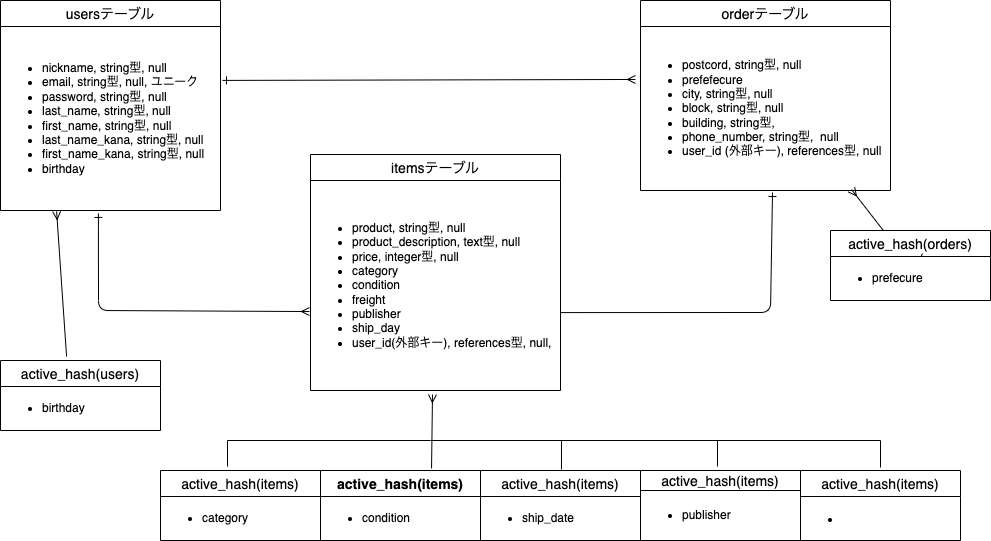
The draw.io diagram .drawio.png in naetarou/furima-38194, before a commit. Source tidied: cells renumbered, new cells last; positions are measured from the earlier drawing's top-left corner, leaving out a move shared by most shapes.
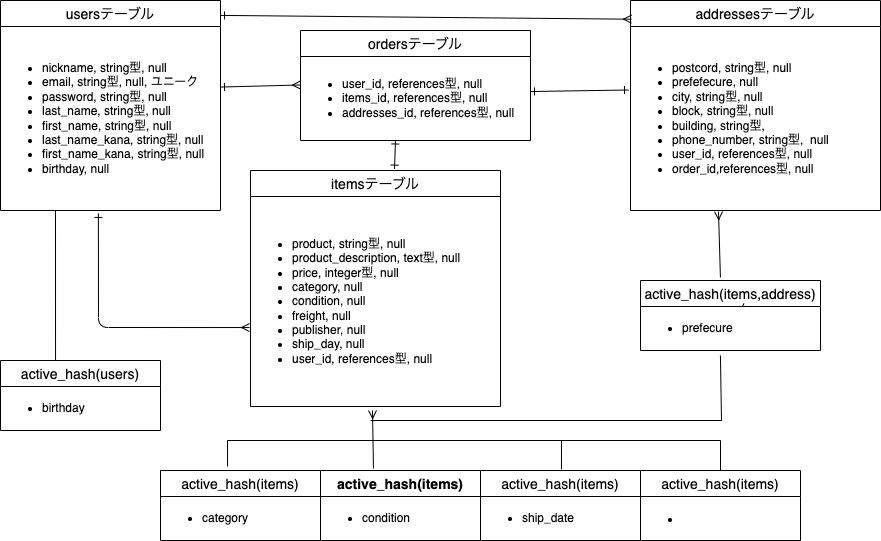
The same diagram one commit later.

What changed in the source:
```diff
@@ -5,20 +5,20 @@
     <mxCell id="2" value="usersテーブル" style="swimlane;fontStyle=0;horizontal=1;startSize=26;align=center;fontSize=14;" parent="1" vertex="1">
       <mxGeometry width="220" height="210" as="geometry" />
     </mxCell>
-    <mxCell id="3" value="&lt;ul&gt;&lt;li&gt;nickname, string型, null&lt;br&gt;&lt;/li&gt;&lt;li&gt;email, string型,&amp;nbsp;null, ユニーク&lt;/li&gt;&lt;li&gt;password, string型,&amp;nbsp;null&lt;/li&gt;&lt;li&gt;last_name, string型,&amp;nbsp;null&lt;/li&gt;&lt;li&gt;first_name, string型,&amp;nbsp;null&lt;/li&gt;&lt;li&gt;last_name_kana, string型,&amp;nbsp;null&lt;/li&gt;&lt;li&gt;first_name_kana, string型,&amp;nbsp;null&lt;/li&gt;&lt;li&gt;birthday&lt;/li&gt;&lt;/ul&gt;" style="text;strokeColor=none;fillColor=none;html=1;whiteSpace=wrap;verticalAlign=middle;overflow=hidden;" parent="2" vertex="1">
+    <mxCell id="3" value="&lt;ul&gt;&lt;li&gt;nickname, string型, null&lt;br&gt;&lt;/li&gt;&lt;li&gt;email, string型,&amp;nbsp;null, ユニーク&lt;/li&gt;&lt;li&gt;password, string型,&amp;nbsp;null&lt;/li&gt;&lt;li&gt;last_name, string型,&amp;nbsp;null&lt;/li&gt;&lt;li&gt;first_name, string型,&amp;nbsp;null&lt;/li&gt;&lt;li&gt;last_name_kana, string型,&amp;nbsp;null&lt;/li&gt;&lt;li&gt;first_name_kana, string型,&amp;nbsp;null&lt;/li&gt;&lt;li&gt;birthday, null&lt;/li&gt;&lt;/ul&gt;" style="text;strokeColor=none;fillColor=none;html=1;whiteSpace=wrap;verticalAlign=middle;overflow=hidden;" parent="2" vertex="1">
       <mxGeometry y="26" width="220" height="184" as="geometry" />
     </mxCell>
     <mxCell id="4" value="itemsテーブル" style="swimlane;fontStyle=0;horizontal=1;startSize=26;align=center;fontSize=14;" parent="1" vertex="1">
-      <mxGeometry x="310" y="154" width="250" height="236" as="geometry" />
+      <mxGeometry x="250" y="170" width="250" height="236" as="geometry" />
     </mxCell>
-    <mxCell id="5" value="&lt;ul&gt;&lt;li&gt;&lt;span&gt;product, string型,&amp;nbsp;null&lt;/span&gt;&lt;/li&gt;&lt;li&gt;product_description, text型,&amp;nbsp;null&lt;/li&gt;&lt;li&gt;price, integer型,&amp;nbsp;null&lt;br&gt;&lt;/li&gt;&lt;li&gt;category&lt;/li&gt;&lt;li&gt;condition&lt;/li&gt;&lt;li&gt;freight&lt;/li&gt;&lt;li&gt;publisher&lt;/li&gt;&lt;li&gt;ship_day&lt;/li&gt;&lt;li&gt;user_id(外部キー), references型,&lt;span&gt;&amp;nbsp;null,&lt;/span&gt;&lt;br&gt;&lt;/li&gt;&lt;/ul&gt;" style="text;strokeColor=none;fillColor=none;html=1;whiteSpace=wrap;verticalAlign=middle;overflow=hidden;" parent="4" vertex="1">
+    <mxCell id="5" value="&lt;ul&gt;&lt;li&gt;&lt;span&gt;product, string型,&amp;nbsp;null&lt;/span&gt;&lt;/li&gt;&lt;li&gt;product_description, text型,&amp;nbsp;null&lt;/li&gt;&lt;li&gt;price, integer型,&amp;nbsp;null&lt;br&gt;&lt;/li&gt;&lt;li&gt;category, null&lt;/li&gt;&lt;li&gt;condition, null&lt;/li&gt;&lt;li&gt;freight, null&lt;/li&gt;&lt;li&gt;publisher, null&lt;/li&gt;&lt;li&gt;ship_day, null&lt;/li&gt;&lt;li&gt;user_id, references型,&lt;span&gt;&amp;nbsp;null&lt;/span&gt;&lt;br&gt;&lt;/li&gt;&lt;/ul&gt;" style="text;strokeColor=none;fillColor=none;html=1;whiteSpace=wrap;verticalAlign=middle;overflow=hidden;" parent="4" vertex="1">
       <mxGeometry y="26" width="250" height="210" as="geometry" />
     </mxCell>
-    <mxCell id="6" value="orderテーブル" style="swimlane;fontStyle=0;horizontal=1;startSize=26;align=center;fontSize=14;" parent="1" vertex="1">
-      <mxGeometry x="640" width="250" height="190" as="geometry" />
+    <mxCell id="6" value="ordersテーブル" style="swimlane;fontStyle=0;horizontal=1;startSize=26;align=center;fontSize=14;" parent="1" vertex="1">
+      <mxGeometry x="300" y="30" width="230" height="110" as="geometry" />
     </mxCell>
-    <mxCell id="7" value="&lt;ul&gt;&lt;li&gt;postcord, string型,&amp;nbsp;null&lt;/li&gt;&lt;li&gt;prefefecure&lt;/li&gt;&lt;li&gt;city, string型,&amp;nbsp;null&lt;/li&gt;&lt;li&gt;block, string型,&amp;nbsp;null&lt;/li&gt;&lt;li&gt;building, string型,&lt;/li&gt;&lt;li&gt;phone_number, string型,&amp;nbsp;&amp;nbsp;null&lt;/li&gt;&lt;li&gt;user_id (外部キー),&amp;nbsp;references型,&amp;nbsp;null&lt;/li&gt;&lt;/ul&gt;" style="text;strokeColor=none;fillColor=none;html=1;whiteSpace=wrap;verticalAlign=middle;overflow=hidden;" parent="6" vertex="1">
-      <mxGeometry y="26" width="250" height="164" as="geometry" />
+    <mxCell id="7" value="&lt;ul&gt;&lt;li&gt;user_id,&amp;nbsp;references型, null&lt;/li&gt;&lt;li&gt;items_id, references型, null&lt;/li&gt;&lt;li&gt;addresses_id, references型, null&lt;/li&gt;&lt;/ul&gt;" style="text;strokeColor=none;fillColor=none;html=1;whiteSpace=wrap;verticalAlign=middle;overflow=hidden;" parent="6" vertex="1">
+      <mxGeometry y="26" width="230" height="84" as="geometry" />
     </mxCell>
     <mxCell id="8" value="active_hash(users)" style="swimlane;fontStyle=0;horizontal=1;startSize=26;align=center;fontSize=14;" parent="1" vertex="1">
       <mxGeometry y="360" width="160" height="70" as="geometry" />
@@ -26,17 +26,17 @@
     <mxCell id="9" value="&lt;ul&gt;&lt;li&gt;birthday&lt;/li&gt;&lt;/ul&gt;" style="text;strokeColor=none;fillColor=none;html=1;whiteSpace=wrap;verticalAlign=middle;overflow=hidden;" parent="8" vertex="1">
       <mxGeometry y="26" width="160" height="44" as="geometry" />
     </mxCell>
-    <mxCell id="10" style="edgeStyle=none;html=1;entryX=0.844;entryY=0.994;entryDx=0;entryDy=0;entryPerimeter=0;fontColor=#FFFFFF;startArrow=none;startFill=0;endArrow=ERmany;endFill=0;" parent="1" edge="1" source="11" target="7">
-      <mxGeometry relative="1" as="geometry" />
-    </mxCell>
+    <mxCell id="34" style="edgeStyle=none;html=1;entryX=0.352;entryY=1.006;entryDx=0;entryDy=0;startArrow=none;startFill=0;endArrow=ERmany;endFill=0;exitX=0.444;exitY=-0.043;exitDx=0;exitDy=0;entryPerimeter=0;exitPerimeter=0;" parent="1" edge="1" source="11" target="36">
+      <mxGeometry relative="1" as="geometry" />
+    </mxCell>
-    <mxCell id="11" value="active_hash(orders)" style="swimlane;fontStyle=0;horizontal=1;startSize=26;align=center;fontSize=14;" parent="1" vertex="1">
-      <mxGeometry x="830" y="230" width="160" height="70" as="geometry" />
+    <mxCell id="11" value="active_hash(items,address)" style="swimlane;fontStyle=0;horizontal=1;startSize=26;align=center;fontSize=14;" parent="1" vertex="1">
+      <mxGeometry x="640" y="280" width="180" height="70" as="geometry" />
     </mxCell>
     <mxCell id="12" style="edgeStyle=none;html=1;entryX=0.575;entryY=0.329;entryDx=0;entryDy=0;entryPerimeter=0;fontColor=#FFFFFF;startArrow=none;startFill=0;endArrow=none;endFill=0;" parent="11" edge="1" source="13" target="11">
       <mxGeometry relative="1" as="geometry" />
     </mxCell>
     <mxCell id="13" value="&lt;ul&gt;&lt;li&gt;prefecure&lt;/li&gt;&lt;/ul&gt;" style="text;strokeColor=none;fillColor=none;html=1;whiteSpace=wrap;verticalAlign=middle;overflow=hidden;" parent="11" vertex="1">
-      <mxGeometry y="26" width="160" height="44" as="geometry" />
+      <mxGeometry y="26" width="180" height="44" as="geometry" />
     </mxCell>
     <mxCell id="14" style="html=1;fontColor=#FFFFFF;startArrow=none;startFill=0;endArrow=none;endFill=0;exitX=0.506;exitY=-0.014;exitDx=0;exitDy=0;exitPerimeter=0;" parent="1" edge="1" source="15">
       <mxGeometry relative="1" as="geometry">
@@ -49,14 +49,8 @@
     <mxCell id="16" value="&lt;ul&gt;&lt;li&gt;ship_date&lt;/li&gt;&lt;/ul&gt;" style="text;strokeColor=none;fillColor=none;html=1;whiteSpace=wrap;verticalAlign=middle;overflow=hidden;" parent="15" vertex="1">
       <mxGeometry y="26" width="160" height="44" as="geometry" />
     </mxCell>
-    <mxCell id="17" value="active_hash(items)" style="swimlane;fontStyle=0;horizontal=1;startSize=20;align=center;fontSize=14;" parent="1" vertex="1">
-      <mxGeometry x="640" y="470" width="160" height="70" as="geometry" />
-    </mxCell>
-    <mxCell id="18" value="&lt;ul&gt;&lt;li&gt;publisher&lt;br&gt;&lt;/li&gt;&lt;/ul&gt;" style="text;strokeColor=none;fillColor=none;html=1;whiteSpace=wrap;verticalAlign=middle;overflow=hidden;" parent="17" vertex="1">
-      <mxGeometry y="20" width="160" height="50" as="geometry" />
-    </mxCell>
     <mxCell id="19" value="active_hash(items)" style="swimlane;fontStyle=0;horizontal=1;startSize=26;align=center;fontSize=14;" parent="1" vertex="1">
-      <mxGeometry x="800" y="470" width="160" height="70" as="geometry" />
+      <mxGeometry x="640" y="470" width="160" height="70" as="geometry" />
     </mxCell>
     <mxCell id="20" value="&lt;ul&gt;&lt;li&gt;&lt;p class=&quot;p1&quot; style=&quot;margin: 0px ; font-stretch: normal ; font-size: 13px ; line-height: normal ; font-family: &amp;#34;helvetica neue&amp;#34;&quot;&gt;&lt;font color=&quot;#ffffff&quot;&gt;freight&lt;/font&gt;&lt;/p&gt;&lt;/li&gt;&lt;/ul&gt;" style="text;strokeColor=none;fillColor=none;html=1;whiteSpace=wrap;verticalAlign=middle;overflow=hidden;" parent="19" vertex="1">
       <mxGeometry y="26" width="160" height="44" as="geometry" />
@@ -73,52 +67,58 @@
     <mxCell id="24" value="&lt;ul&gt;&lt;li&gt;category&lt;/li&gt;&lt;/ul&gt;" style="text;strokeColor=none;fillColor=none;html=1;whiteSpace=wrap;verticalAlign=middle;overflow=hidden;" parent="23" vertex="1">
       <mxGeometry y="26" width="160" height="44" as="geometry" />
     </mxCell>
-    <mxCell id="25" style="fontSize=12;html=1;endArrow=ERone;endFill=1;fontColor=#FFFFFF;exitX=-0.02;exitY=0.323;exitDx=0;exitDy=0;exitPerimeter=0;startArrow=ERmany;startFill=0;entryX=1.009;entryY=0.293;entryDx=0;entryDy=0;entryPerimeter=0;" parent="1" edge="1" source="7" target="3">
+    <mxCell id="25" style="fontSize=12;html=1;endArrow=ERone;endFill=1;fontColor=#FFFFFF;exitX=0;exitY=0.339;exitDx=0;exitDy=0;exitPerimeter=0;startArrow=ERmany;startFill=0;entryX=1;entryY=0.329;entryDx=0;entryDy=0;entryPerimeter=0;" parent="1" edge="1" source="7" target="3">
       <mxGeometry relative="1" as="geometry" />
     </mxCell>
     <mxCell id="26" style="fontSize=12;html=1;endArrow=ERone;endFill=1;fontColor=#FFFFFF;startArrow=ERmany;startFill=0;entryX=0.445;entryY=1.016;entryDx=0;entryDy=0;entryPerimeter=0;exitX=-0.004;exitY=0.624;exitDx=0;exitDy=0;exitPerimeter=0;" parent="1" edge="1" source="5" target="3">
       <mxGeometry relative="1" as="geometry">
         <Array as="points">
-          <mxPoint x="98" y="310" />
+          <mxPoint x="98" y="327" />
         </Array>
       </mxGeometry>
     </mxCell>
-    <mxCell id="27" style="fontSize=12;html=1;endArrow=ERone;endFill=1;fontColor=#FFFFFF;exitX=1;exitY=0.629;exitDx=0;exitDy=0;exitPerimeter=0;startArrow=baseDash;startFill=0;entryX=0.528;entryY=1.012;entryDx=0;entryDy=0;entryPerimeter=0;" parent="1" edge="1" source="5" target="7">
-      <mxGeometry relative="1" as="geometry">
-        <Array as="points">
-          <mxPoint x="770" y="312" />
-        </Array>
-      </mxGeometry>
-    </mxCell>
-    <mxCell id="28" style="fontSize=12;html=1;endArrow=ERmany;startArrow=none;fontColor=#FFFFFF;entryX=0.488;entryY=1.019;entryDx=0;entryDy=0;entryPerimeter=0;startFill=0;exitX=0.694;exitY=-0.029;exitDx=0;exitDy=0;exitPerimeter=0;" parent="1" edge="1" source="21" target="5">
+    <mxCell id="28" style="fontSize=12;html=1;endArrow=ERmany;startArrow=none;fontColor=#FFFFFF;entryX=0.488;entryY=1.019;entryDx=0;entryDy=0;entryPerimeter=0;startFill=0;exitX=0.331;exitY=-0.029;exitDx=0;exitDy=0;exitPerimeter=0;" parent="1" edge="1" source="21" target="5">
       <mxGeometry relative="1" as="geometry" />
     </mxCell>
-    <mxCell id="29" style="endArrow=ERmany;html=1;rounded=0;fontColor=#FFFFFF;exitX=0.413;exitY=-0.057;exitDx=0;exitDy=0;exitPerimeter=0;entryX=0.255;entryY=1.005;entryDx=0;entryDy=0;entryPerimeter=0;endFill=0;" parent="1" edge="1" source="8" target="3">
+    <mxCell id="29" style="endArrow=none;html=1;rounded=0;fontColor=#FFFFFF;entryX=0.25;entryY=1;entryDx=0;entryDy=0;endFill=0;exitX=0.344;exitY=0;exitDx=0;exitDy=0;exitPerimeter=0;" parent="1" edge="1" source="8" target="3">
       <mxGeometry relative="1" as="geometry" />
     </mxCell>
     <mxCell id="30" style="endArrow=none;html=1;rounded=0;fontColor=#FFFFFF;exitX=0.419;exitY=-0.057;exitDx=0;exitDy=0;exitPerimeter=0;" parent="1" edge="1" source="23">
       <mxGeometry relative="1" as="geometry">
-        <mxPoint x="430" y="440" as="targetPoint" />
+        <mxPoint x="720" y="440" as="targetPoint" />
         <Array as="points">
           <mxPoint x="227" y="440" />
         </Array>
       </mxGeometry>
     </mxCell>
-    <mxCell id="31" style="endArrow=none;html=1;rounded=0;fontColor=#FFFFFF;" parent="1" edge="1">
+    <mxCell id="31" style="endArrow=none;html=1;rounded=0;fontColor=#FFFFFF;exitX=0.444;exitY=1.114;exitDx=0;exitDy=0;exitPerimeter=0;" parent="1" edge="1" source="13">
       <mxGeometry relative="1" as="geometry">
-        <mxPoint x="880" y="440" as="sourcePoint" />
-        <mxPoint x="430" y="440" as="targetPoint" />
+        <mxPoint x="370" y="420" as="targetPoint" />
+        <Array as="points">
+          <mxPoint x="721" y="420" />
+        </Array>
       </mxGeometry>
     </mxCell>
-    <mxCell id="32" style="endArrow=none;html=1;rounded=0;fontColor=#FFFFFF;entryX=0.481;entryY=-0.057;entryDx=0;entryDy=0;entryPerimeter=0;" parent="1" edge="1" target="17">
-      <mxGeometry relative="1" as="geometry">
-        <mxPoint x="717" y="440" as="sourcePoint" />
-      </mxGeometry>
-    </mxCell>
-    <mxCell id="33" style="endArrow=none;html=1;rounded=0;fontColor=#FFFFFF;entryX=0.5;entryY=-0.043;entryDx=0;entryDy=0;entryPerimeter=0;" parent="1" edge="1" target="19">
-      <mxGeometry relative="1" as="geometry">
-        <mxPoint x="880" y="440" as="sourcePoint" />
-      </mxGeometry>
-    </mxCell>
+    <mxCell id="35" value="addressesテーブル" style="swimlane;fontStyle=0;horizontal=1;startSize=26;align=center;fontSize=14;" parent="1" vertex="1">
+      <mxGeometry x="630" width="250" height="210" as="geometry" />
+    </mxCell>
+    <mxCell id="36" value="&lt;ul&gt;&lt;li&gt;postcord, string型,&amp;nbsp;null&lt;/li&gt;&lt;li&gt;prefefecure, null&lt;/li&gt;&lt;li&gt;city, string型,&amp;nbsp;null&lt;/li&gt;&lt;li&gt;block, string型,&amp;nbsp;null&lt;/li&gt;&lt;li&gt;building, string型,&lt;/li&gt;&lt;li&gt;phone_number, string型,&amp;nbsp;&amp;nbsp;null&lt;/li&gt;&lt;li&gt;user_id,&amp;nbsp;references型,&amp;nbsp;null&lt;/li&gt;&lt;li&gt;order_id,references型, null&lt;/li&gt;&lt;/ul&gt;" style="text;strokeColor=none;fillColor=none;html=1;whiteSpace=wrap;verticalAlign=middle;overflow=hidden;" parent="35" vertex="1">
+      <mxGeometry y="26" width="250" height="184" as="geometry" />
+    </mxCell>
+    <mxCell id="37" style="endArrow=ERone;html=1;rounded=0;startArrow=ERone;startFill=0;endFill=0;entryX=-0.008;entryY=0.345;entryDx=0;entryDy=0;entryPerimeter=0;exitX=1;exitY=0.417;exitDx=0;exitDy=0;exitPerimeter=0;" parent="1" edge="1" source="7" target="36">
+      <mxGeometry relative="1" as="geometry" />
+    </mxCell>
+    <mxCell id="38" style="endArrow=ERmany;html=1;rounded=0;exitX=1;exitY=0.071;exitDx=0;exitDy=0;exitPerimeter=0;entryX=0.004;entryY=0.089;entryDx=0;entryDy=0;entryPerimeter=0;endFill=0;startArrow=ERone;startFill=0;" parent="1" edge="1" source="2" target="35">
+      <mxGeometry relative="1" as="geometry" />
+    </mxCell>
+    <mxCell id="39" style="edgeStyle=none;html=1;startArrow=none;startFill=0;endArrow=none;endFill=0;" parent="1" edge="1">
+      <mxGeometry relative="1" as="geometry">
+        <mxPoint x="720" y="470" as="sourcePoint" />
+        <mxPoint x="720" y="440" as="targetPoint" />
+      </mxGeometry>
+    </mxCell>
+    <mxCell id="40" style="edgeStyle=none;html=1;startArrow=ERone;startFill=0;endArrow=ERone;endFill=0;exitX=0.413;exitY=0.994;exitDx=0;exitDy=0;exitPerimeter=0;entryX=0.576;entryY=-0.006;entryDx=0;entryDy=0;entryPerimeter=0;" parent="1" edge="1" source="7" target="4">
+      <mxGeometry relative="1" as="geometry" />
+    </mxCell>
   </root>
 </mxGraphModel>
```
